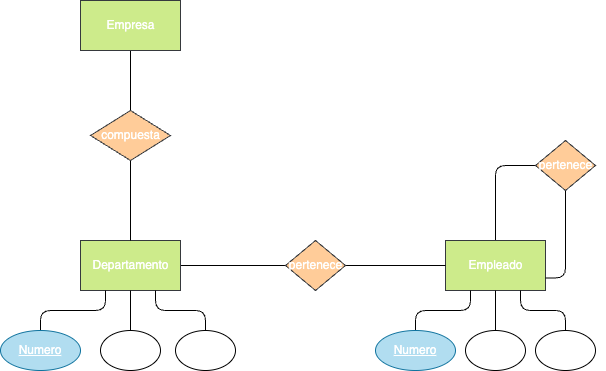
Before: Tareas/Unidad_2/tarea1/Ejercicio6b.drawio.png, a diagram exported from draw.io (antonioinigo/base-datos). Source tidied: cells renumbered, new cells last; positions are measured from the earlier drawing's top-left corner, leaving out a move shared by most shapes.
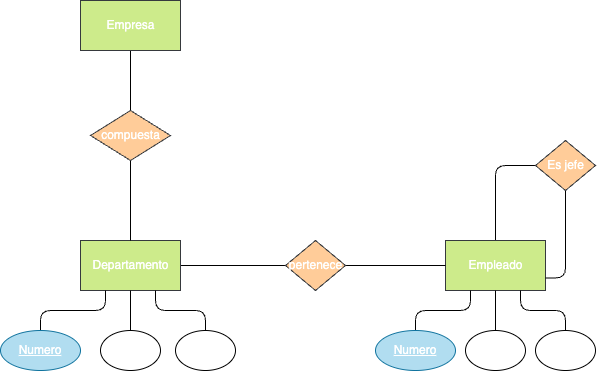
The same diagram one commit later.

Diff of the diagram source:
```diff
@@ -37,7 +37,7 @@
     <mxCell id="11" style="edgeStyle=orthogonalEdgeStyle;html=1;entryX=1;entryY=0.75;entryDx=0;entryDy=0;endArrow=none;endFill=0;fontColor=#FFFFFF;" parent="1" edge="1" source="12" target="5">
       <mxGeometry relative="1" as="geometry" />
     </mxCell>
-    <mxCell id="12" value="&lt;font&gt;pertenece&lt;/font&gt;" style="shape=rhombus;html=1;dashed=0;whitespace=wrap;perimeter=rhombusPerimeter;fillColor=#ffcc99;strokeColor=#36393d;fontColor=#FFFFFF;" parent="1" vertex="1">
+    <mxCell id="12" value="&lt;font&gt;Es jefe&lt;/font&gt;" style="shape=rhombus;html=1;dashed=0;whitespace=wrap;perimeter=rhombusPerimeter;fillColor=#ffcc99;strokeColor=#36393d;fontColor=#FFFFFF;" parent="1" vertex="1">
       <mxGeometry x="535" y="140" width="60" height="50" as="geometry" />
     </mxCell>
     <mxCell id="13" style="edgeStyle=orthogonalEdgeStyle;html=1;entryX=0.25;entryY=1;entryDx=0;entryDy=0;fontColor=#FFFFFF;endArrow=none;endFill=0;" parent="1" edge="1" source="14" target="3">
```
